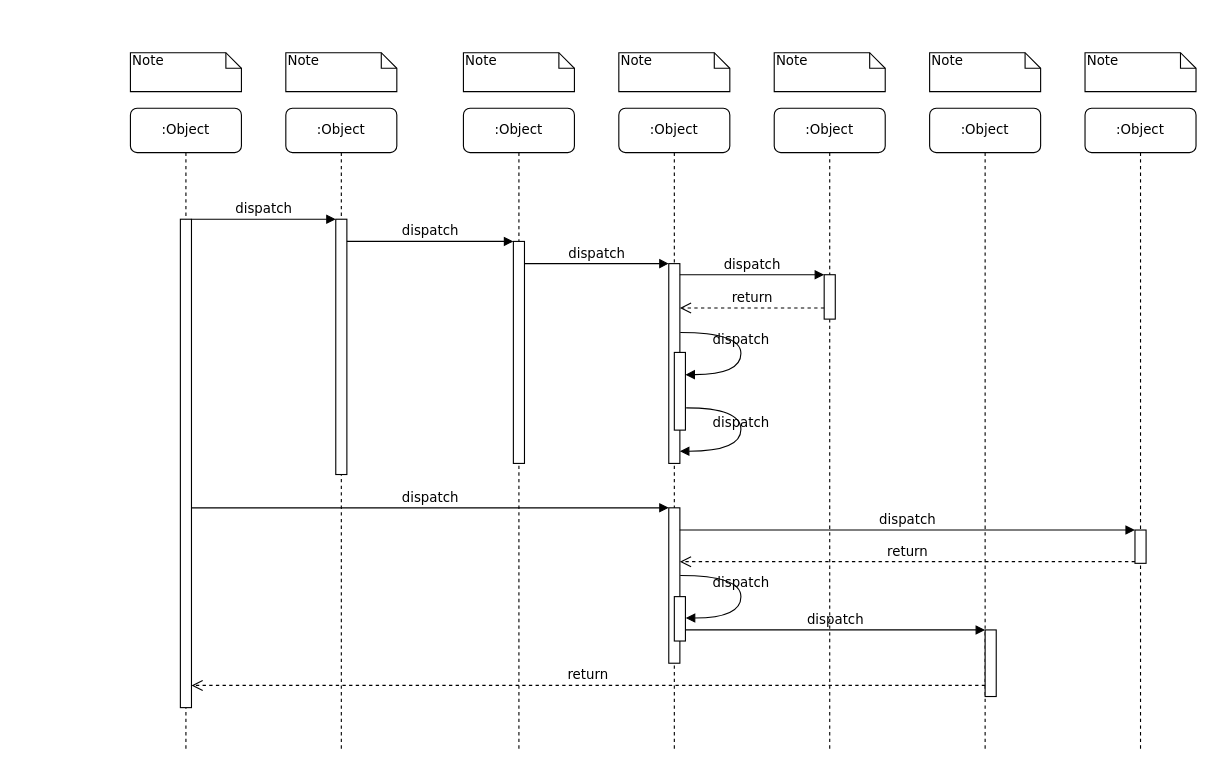
killermyth/Documents keeps this draw.io diagram as test.drawio. Above is the earlier version. Source tidied: cells renumbered, new cells numbered last; positions are measured from the earlier drawing's top-left corner, leaving out a move shared by most shapes. Both pictures are drawn from the tidied source at 111%, with x=0, y=0 at pixel (130, 52).
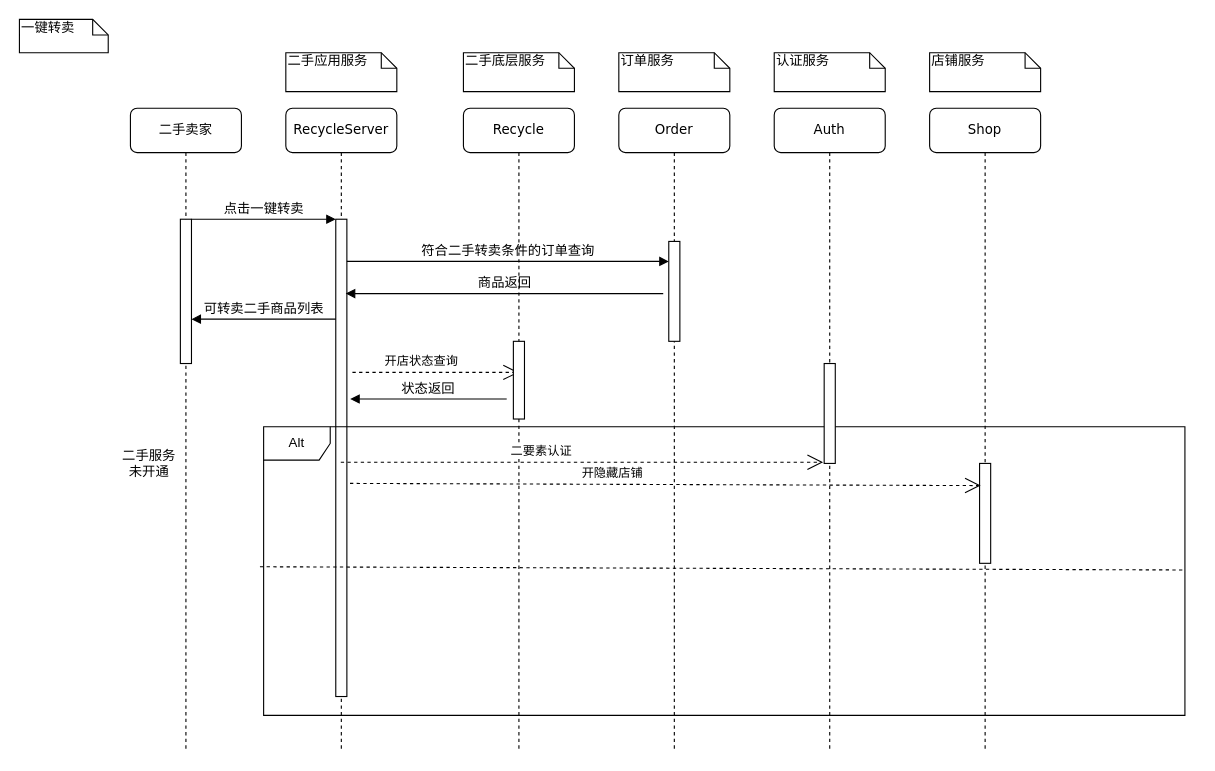
The same page after the edit.

The edit, as a diff of the source:
```diff
@@
-    <mxCell id="2" value=":Object" style="shape=umlLifeline;perimeter=lifelinePerimeter;whiteSpace=wrap;html=1;rounded=1;shadow=0;comic=0;labelBackgroundColor=none;strokeWidth=1;fontFamily=Verdana;fontSize=12;align=center;" parent="1" vertex="1">
+    <mxCell id="2" value="RecycleServer" style="shape=umlLifeline;perimeter=lifelinePerimeter;whiteSpace=wrap;html=1;rounded=1;shadow=0;comic=0;labelBackgroundColor=none;strokeWidth=1;fontFamily=Verdana;fontSize=12;align=center;" parent="1" vertex="1">
       <mxGeometry x="140" y="50" width="100" height="580" as="geometry" />
     </mxCell>
     <mxCell id="3" style="html=1;points=[];perimeter=orthogonalPerimeter;rounded=0;shadow=0;comic=0;labelBackgroundColor=none;strokeWidth=1;fontFamily=Verdana;fontSize=12;align=center;" parent="2" vertex="1">
-      <mxGeometry x="45" y="100" width="10" height="230" as="geometry" />
+      <mxGeometry x="45" y="100" width="10" height="430" as="geometry" />
     </mxCell>
-    <mxCell id="4" value=":Object" style="shape=umlLifeline;perimeter=lifelinePerimeter;whiteSpace=wrap;html=1;rounded=1;shadow=0;comic=0;labelBackgroundColor=none;strokeWidth=1;fontFamily=Verdana;fontSize=12;align=center;" parent="1" vertex="1">
+    <mxCell id="4" value="Recycle" style="shape=umlLifeline;perimeter=lifelinePerimeter;whiteSpace=wrap;html=1;rounded=1;shadow=0;comic=0;labelBackgroundColor=none;strokeWidth=1;fontFamily=Verdana;fontSize=12;align=center;" parent="1" vertex="1">
       <mxGeometry x="300" y="50" width="100" height="580" as="geometry" />
     </mxCell>
-    <mxCell id="5" style="html=1;points=[];perimeter=orthogonalPerimeter;rounded=0;shadow=0;comic=0;labelBackgroundColor=none;strokeWidth=1;fontFamily=Verdana;fontSize=12;align=center;" parent="4" vertex="1">
-      <mxGeometry x="45" y="120" width="10" height="200" as="geometry" />
-    </mxCell>
-    <mxCell id="6" value=":Object" style="shape=umlLifeline;perimeter=lifelinePerimeter;whiteSpace=wrap;html=1;rounded=1;shadow=0;comic=0;labelBackgroundColor=none;strokeWidth=1;fontFamily=Verdana;fontSize=12;align=center;" parent="1" vertex="1">
+    <mxCell id="6" value="Order" style="shape=umlLifeline;perimeter=lifelinePerimeter;whiteSpace=wrap;html=1;rounded=1;shadow=0;comic=0;labelBackgroundColor=none;strokeWidth=1;fontFamily=Verdana;fontSize=12;align=center;" parent="1" vertex="1">
       <mxGeometry x="440" y="50" width="100" height="580" as="geometry" />
     </mxCell>
-    <mxCell id="7" value=":Object" style="shape=umlLifeline;perimeter=lifelinePerimeter;whiteSpace=wrap;html=1;rounded=1;shadow=0;comic=0;labelBackgroundColor=none;strokeWidth=1;fontFamily=Verdana;fontSize=12;align=center;" parent="1" vertex="1">
+    <mxCell id="7" value="Auth" style="shape=umlLifeline;perimeter=lifelinePerimeter;whiteSpace=wrap;html=1;rounded=1;shadow=0;comic=0;labelBackgroundColor=none;strokeWidth=1;fontFamily=Verdana;fontSize=12;align=center;" parent="1" vertex="1">
       <mxGeometry x="580" y="50" width="100" height="580" as="geometry" />
     </mxCell>
-    <mxCell id="8" value=":Object" style="shape=umlLifeline;perimeter=lifelinePerimeter;whiteSpace=wrap;html=1;rounded=1;shadow=0;comic=0;labelBackgroundColor=none;strokeWidth=1;fontFamily=Verdana;fontSize=12;align=center;" parent="1" vertex="1">
+    <mxCell id="8" value="Shop" style="shape=umlLifeline;perimeter=lifelinePerimeter;whiteSpace=wrap;html=1;rounded=1;shadow=0;comic=0;labelBackgroundColor=none;strokeWidth=1;fontFamily=Verdana;fontSize=12;align=center;" parent="1" vertex="1">
       <mxGeometry x="720" y="50" width="100" height="580" as="geometry" />
     </mxCell>
-    <mxCell id="9" value=":Object" style="shape=umlLifeline;perimeter=lifelinePerimeter;whiteSpace=wrap;html=1;rounded=1;shadow=0;comic=0;labelBackgroundColor=none;strokeWidth=1;fontFamily=Verdana;fontSize=12;align=center;" parent="1" vertex="1">
-      <mxGeometry x="860" y="50" width="100" height="580" as="geometry" />
-    </mxCell>
-    <mxCell id="10" value=":Object" style="shape=umlLifeline;perimeter=lifelinePerimeter;whiteSpace=wrap;html=1;rounded=1;shadow=0;comic=0;labelBackgroundColor=none;strokeWidth=1;fontFamily=Verdana;fontSize=12;align=center;" parent="1" vertex="1">
+    <mxCell id="10" value="二手卖家" style="shape=umlLifeline;perimeter=lifelinePerimeter;whiteSpace=wrap;html=1;rounded=1;shadow=0;comic=0;labelBackgroundColor=none;strokeWidth=1;fontFamily=Verdana;fontSize=12;align=center;" parent="1" vertex="1">
       <mxGeometry y="50" width="100" height="580" as="geometry" />
     </mxCell>
-    <mxCell id="11" style="html=1;points=[];perimeter=orthogonalPerimeter;rounded=0;shadow=0;comic=0;labelBackgroundColor=none;strokeWidth=1;fontFamily=Verdana;fontSize=12;align=center;" parent="10" vertex="1">
-      <mxGeometry x="45" y="100" width="10" height="440" as="geometry" />
-    </mxCell>
-    <mxCell id="12" style="html=1;points=[];perimeter=orthogonalPerimeter;rounded=0;shadow=0;comic=0;labelBackgroundColor=none;strokeWidth=1;fontFamily=Verdana;fontSize=12;align=center;" parent="1" vertex="1">
-      <mxGeometry x="485" y="190" width="10" height="180" as="geometry" />
-    </mxCell>
-    <mxCell id="13" value="dispatch" style="html=1;verticalAlign=bottom;endArrow=block;labelBackgroundColor=none;fontFamily=Verdana;fontSize=12;edgeStyle=elbowEdgeStyle;elbow=vertical;" parent="1" edge="1" source="5" target="12">
-      <mxGeometry relative="1" as="geometry">
-        <Array as="points">
-          <mxPoint x="360" y="190" />
-        </Array>
-      </mxGeometry>
-    </mxCell>
-    <mxCell id="14" style="html=1;points=[];perimeter=orthogonalPerimeter;rounded=0;shadow=0;comic=0;labelBackgroundColor=none;strokeWidth=1;fontFamily=Verdana;fontSize=12;align=center;" parent="1" vertex="1">
-      <mxGeometry x="625" y="200" width="10" height="40" as="geometry" />
-    </mxCell>
-    <mxCell id="15" value="dispatch" style="html=1;verticalAlign=bottom;endArrow=block;entryX=0;entryY=0;labelBackgroundColor=none;fontFamily=Verdana;fontSize=12;edgeStyle=elbowEdgeStyle;elbow=vertical;" parent="1" edge="1" source="12" target="14">
-      <mxGeometry relative="1" as="geometry" />
-    </mxCell>
-    <mxCell id="16" value="return" style="html=1;verticalAlign=bottom;endArrow=open;dashed=1;endSize=8;labelBackgroundColor=none;fontFamily=Verdana;fontSize=12;edgeStyle=elbowEdgeStyle;elbow=vertical;" parent="1" edge="1" source="14" target="12">
-      <mxGeometry relative="1" as="geometry">
-        <Array as="points">
-          <mxPoint x="570" y="230" />
-          <mxPoint x="600" y="230" />
-        </Array>
-      </mxGeometry>
-    </mxCell>
-    <mxCell id="17" style="html=1;points=[];perimeter=orthogonalPerimeter;rounded=0;shadow=0;comic=0;labelBackgroundColor=none;strokeWidth=1;fontFamily=Verdana;fontSize=12;align=center;" parent="1" vertex="1">
-      <mxGeometry x="485" y="410" width="10" height="140" as="geometry" />
-    </mxCell>
-    <mxCell id="18" value="dispatch" style="html=1;verticalAlign=bottom;endArrow=block;entryX=0;entryY=0;labelBackgroundColor=none;fontFamily=Verdana;fontSize=12;" parent="1" edge="1" source="11" target="17">
-      <mxGeometry relative="1" as="geometry" />
-    </mxCell>
-    <mxCell id="19" style="html=1;points=[];perimeter=orthogonalPerimeter;rounded=0;shadow=0;comic=0;labelBackgroundColor=none;strokeColor=#000000;strokeWidth=1;fillColor=#FFFFFF;fontFamily=Verdana;fontSize=12;fontColor=#000000;align=center;" parent="1" vertex="1">
-      <mxGeometry x="905" y="430" width="10" height="30" as="geometry" />
-    </mxCell>
-    <mxCell id="20" value="dispatch" style="html=1;verticalAlign=bottom;endArrow=block;entryX=0;entryY=0;labelBackgroundColor=none;fontFamily=Verdana;fontSize=12;" parent="1" edge="1" source="17" target="19">
-      <mxGeometry relative="1" as="geometry" />
-    </mxCell>
-    <mxCell id="21" value="return" style="html=1;verticalAlign=bottom;endArrow=open;dashed=1;endSize=8;exitX=0;exitY=0.95;labelBackgroundColor=none;fontFamily=Verdana;fontSize=12;" parent="1" edge="1" source="19" target="17">
-      <mxGeometry relative="1" as="geometry" />
-    </mxCell>
-    <mxCell id="22" style="html=1;points=[];perimeter=orthogonalPerimeter;rounded=0;shadow=0;comic=0;labelBackgroundColor=none;strokeWidth=1;fontFamily=Verdana;fontSize=12;align=center;" parent="1" vertex="1">
-      <mxGeometry x="770" y="520" width="10" height="60" as="geometry" />
-    </mxCell>
-    <mxCell id="23" value="dispatch" style="html=1;verticalAlign=bottom;endArrow=block;entryX=0;entryY=0;labelBackgroundColor=none;fontFamily=Verdana;fontSize=12;edgeStyle=elbowEdgeStyle;elbow=vertical;" parent="1" edge="1" source="30" target="22">
-      <mxGeometry relative="1" as="geometry" />
-    </mxCell>
-    <mxCell id="24" value="return" style="html=1;verticalAlign=bottom;endArrow=open;dashed=1;endSize=8;labelBackgroundColor=none;fontFamily=Verdana;fontSize=12;edgeStyle=elbowEdgeStyle;elbow=vertical;" parent="1" edge="1" source="22" target="11">
-      <mxGeometry relative="1" as="geometry">
-        <Array as="points">
-          <mxPoint x="470" y="570" />
-        </Array>
-      </mxGeometry>
-    </mxCell>
-    <mxCell id="25" value="dispatch" style="html=1;verticalAlign=bottom;endArrow=block;entryX=0;entryY=0;labelBackgroundColor=none;fontFamily=Verdana;fontSize=12;edgeStyle=elbowEdgeStyle;elbow=vertical;" parent="1" edge="1" source="11" target="3">
+    <mxCell id="25" value="点击一键转卖" style="html=1;verticalAlign=bottom;endArrow=block;entryX=0;entryY=0;labelBackgroundColor=none;fontFamily=Verdana;fontSize=12;edgeStyle=elbowEdgeStyle;elbow=vertical;" parent="1" edge="1" source="11" target="3">
       <mxGeometry relative="1" as="geometry" />
     </mxCell>
-    <mxCell id="26" value="dispatch" style="html=1;verticalAlign=bottom;endArrow=block;entryX=0;entryY=0;labelBackgroundColor=none;fontFamily=Verdana;fontSize=12;edgeStyle=elbowEdgeStyle;elbow=vertical;" parent="1" edge="1" source="3" target="5">
-      <mxGeometry relative="1" as="geometry" />
+    <mxCell id="26" value="符合二手转卖条件的订单查询" style="html=1;verticalAlign=bottom;endArrow=block;labelBackgroundColor=none;fontFamily=Verdana;fontSize=12;edgeStyle=elbowEdgeStyle;elbow=vertical;entryX=0;entryY=0.2;entryDx=0;entryDy=0;entryPerimeter=0;" parent="1" edge="1" target="41">
+      <mxGeometry relative="1" as="geometry">
+        <mxPoint x="195" y="188" as="sourcePoint" />
+      </mxGeometry>
     </mxCell>
-    <mxCell id="27" style="html=1;points=[];perimeter=orthogonalPerimeter;rounded=0;shadow=0;comic=0;labelBackgroundColor=none;strokeWidth=1;fontFamily=Verdana;fontSize=12;align=center;" parent="1" vertex="1">
-      <mxGeometry x="490" y="270" width="10" height="70" as="geometry" />
-    </mxCell>
-    <mxCell id="28" value="dispatch" style="html=1;verticalAlign=bottom;endArrow=block;labelBackgroundColor=none;fontFamily=Verdana;fontSize=12;elbow=vertical;edgeStyle=orthogonalEdgeStyle;curved=1;entryX=1;entryY=0.286;entryPerimeter=0;exitX=1.038;exitY=0.345;exitPerimeter=0;" parent="1" edge="1" source="12" target="27">
-      <mxGeometry relative="1" as="geometry">
-        <Array as="points">
-          <mxPoint x="550" y="252" />
-          <mxPoint x="550" y="290" />
-        </Array>
-      </mxGeometry>
-    </mxCell>
-    <mxCell id="29" value="dispatch" style="html=1;verticalAlign=bottom;endArrow=block;labelBackgroundColor=none;fontFamily=Verdana;fontSize=12;elbow=vertical;edgeStyle=orthogonalEdgeStyle;curved=1;exitX=1.066;exitY=0.713;exitPerimeter=0;" parent="1" edge="1" source="27">
-      <mxGeometry relative="1" as="geometry">
-        <mxPoint x="495" y="359" as="targetPoint" />
-        <Array as="points">
-          <mxPoint x="550" y="320" />
-          <mxPoint x="550" y="359" />
-        </Array>
-      </mxGeometry>
-    </mxCell>
-    <mxCell id="30" style="html=1;points=[];perimeter=orthogonalPerimeter;rounded=0;shadow=0;comic=0;labelBackgroundColor=none;strokeWidth=1;fontFamily=Verdana;fontSize=12;align=center;" parent="1" vertex="1">
-      <mxGeometry x="490" y="490" width="10" height="40" as="geometry" />
-    </mxCell>
-    <mxCell id="31" value="dispatch" style="html=1;verticalAlign=bottom;endArrow=block;labelBackgroundColor=none;fontFamily=Verdana;fontSize=12;elbow=vertical;edgeStyle=orthogonalEdgeStyle;curved=1;entryX=1;entryY=0.286;entryPerimeter=0;exitX=1.038;exitY=0.345;exitPerimeter=0;" parent="1" edge="1">
-      <mxGeometry relative="1" as="geometry">
-        <mxPoint x="495.3" y="471" as="sourcePoint" />
-        <mxPoint x="500.3" y="509.3" as="targetPoint" />
-        <Array as="points">
-          <mxPoint x="550" y="471" />
-          <mxPoint x="550" y="509" />
-        </Array>
-      </mxGeometry>
-    </mxCell>
-    <mxCell id="32" value="Note" style="shape=note;whiteSpace=wrap;html=1;size=14;verticalAlign=top;align=left;spacingTop=-6;rounded=0;shadow=0;comic=0;labelBackgroundColor=none;strokeWidth=1;fontFamily=Verdana;fontSize=12;" parent="1" vertex="1">
-      <mxGeometry width="100" height="35" as="geometry" />
+    <mxCell id="32" value="一键转卖" style="shape=note;whiteSpace=wrap;html=1;size=14;verticalAlign=top;align=left;spacingTop=-6;rounded=0;shadow=0;comic=0;labelBackgroundColor=none;strokeWidth=1;fontFamily=Verdana;fontSize=12;" parent="1" vertex="1">
+      <mxGeometry x="-100" y="-30" width="80" height="30" as="geometry" />
     </mxCell>
-    <mxCell id="33" value="Note" style="shape=note;whiteSpace=wrap;html=1;size=14;verticalAlign=top;align=left;spacingTop=-6;rounded=0;shadow=0;comic=0;labelBackgroundColor=none;strokeWidth=1;fontFamily=Verdana;fontSize=12;" parent="1" vertex="1">
+    <mxCell id="33" value="二手应用服务" style="shape=note;whiteSpace=wrap;html=1;size=14;verticalAlign=top;align=left;spacingTop=-6;rounded=0;shadow=0;comic=0;labelBackgroundColor=none;strokeWidth=1;fontFamily=Verdana;fontSize=12;" parent="1" vertex="1">
       <mxGeometry x="140" width="100" height="35" as="geometry" />
     </mxCell>
-    <mxCell id="34" value="Note" style="shape=note;whiteSpace=wrap;html=1;size=14;verticalAlign=top;align=left;spacingTop=-6;rounded=0;shadow=0;comic=0;labelBackgroundColor=none;strokeWidth=1;fontFamily=Verdana;fontSize=12;" parent="1" vertex="1">
+    <mxCell id="34" value="二手底层服务" style="shape=note;whiteSpace=wrap;html=1;size=14;verticalAlign=top;align=left;spacingTop=-6;rounded=0;shadow=0;comic=0;labelBackgroundColor=none;strokeWidth=1;fontFamily=Verdana;fontSize=12;" parent="1" vertex="1">
       <mxGeometry x="300" width="100" height="35" as="geometry" />
     </mxCell>
-    <mxCell id="35" value="Note" style="shape=note;whiteSpace=wrap;html=1;size=14;verticalAlign=top;align=left;spacingTop=-6;rounded=0;shadow=0;comic=0;labelBackgroundColor=none;strokeWidth=1;fontFamily=Verdana;fontSize=12;" parent="1" vertex="1">
+    <mxCell id="35" value="订单服务" style="shape=note;whiteSpace=wrap;html=1;size=14;verticalAlign=top;align=left;spacingTop=-6;rounded=0;shadow=0;comic=0;labelBackgroundColor=none;strokeWidth=1;fontFamily=Verdana;fontSize=12;" parent="1" vertex="1">
       <mxGeometry x="440" width="100" height="35" as="geometry" />
     </mxCell>
-    <mxCell id="36" value="Note" style="shape=note;whiteSpace=wrap;html=1;size=14;verticalAlign=top;align=left;spacingTop=-6;rounded=0;shadow=0;comic=0;labelBackgroundColor=none;strokeWidth=1;fontFamily=Verdana;fontSize=12;" parent="1" vertex="1">
+    <mxCell id="36" value="认证服务" style="shape=note;whiteSpace=wrap;html=1;size=14;verticalAlign=top;align=left;spacingTop=-6;rounded=0;shadow=0;comic=0;labelBackgroundColor=none;strokeWidth=1;fontFamily=Verdana;fontSize=12;" parent="1" vertex="1">
       <mxGeometry x="580" width="100" height="35" as="geometry" />
     </mxCell>
-    <mxCell id="37" value="Note" style="shape=note;whiteSpace=wrap;html=1;size=14;verticalAlign=top;align=left;spacingTop=-6;rounded=0;shadow=0;comic=0;labelBackgroundColor=none;strokeWidth=1;fontFamily=Verdana;fontSize=12;" parent="1" vertex="1">
+    <mxCell id="37" value="店铺服务" style="shape=note;whiteSpace=wrap;html=1;size=14;verticalAlign=top;align=left;spacingTop=-6;rounded=0;shadow=0;comic=0;labelBackgroundColor=none;strokeWidth=1;fontFamily=Verdana;fontSize=12;" parent="1" vertex="1">
       <mxGeometry x="720" width="100" height="35" as="geometry" />
     </mxCell>
-    <mxCell id="38" value="Note" style="shape=note;whiteSpace=wrap;html=1;size=14;verticalAlign=top;align=left;spacingTop=-6;rounded=0;shadow=0;comic=0;labelBackgroundColor=none;strokeWidth=1;fontFamily=Verdana;fontSize=12;" parent="1" vertex="1">
-      <mxGeometry x="860" width="100" height="35" as="geometry" />
-    </mxCell>
+    <mxCell id="11" style="html=1;points=[];perimeter=orthogonalPerimeter;rounded=0;shadow=0;comic=0;labelBackgroundColor=none;strokeWidth=1;fontFamily=Verdana;fontSize=12;align=center;" parent="1" vertex="1">
+      <mxGeometry x="45" y="150" width="10" height="130" as="geometry" />
+    </mxCell>
+    <mxCell id="39" value="二手服务未开通" style="text;html=1;strokeColor=none;fillColor=none;align=center;verticalAlign=middle;whiteSpace=wrap;rounded=0;" parent="1" vertex="1">
+      <mxGeometry x="-10" y="360" width="54" height="20" as="geometry" />
+    </mxCell>
+    <mxCell id="40" value="Alt" style="shape=umlFrame;whiteSpace=wrap;html=1;" parent="1" vertex="1">
+      <mxGeometry x="120" y="337" width="830" height="260" as="geometry" />
+    </mxCell>
+    <mxCell id="41" style="html=1;points=[];perimeter=orthogonalPerimeter;rounded=0;shadow=0;comic=0;labelBackgroundColor=none;strokeWidth=1;fontFamily=Verdana;fontSize=12;align=center;" parent="1" vertex="1">
+      <mxGeometry x="485" y="170" width="10" height="90" as="geometry" />
+    </mxCell>
+    <mxCell id="42" value="商品返回" style="html=1;verticalAlign=bottom;endArrow=block;labelBackgroundColor=none;fontFamily=Verdana;fontSize=12;edgeStyle=elbowEdgeStyle;elbow=vertical;entryX=0.9;entryY=0.156;entryDx=0;entryDy=0;entryPerimeter=0;" parent="1" edge="1" target="3">
+      <mxGeometry relative="1" as="geometry">
+        <mxPoint x="480" y="217" as="sourcePoint" />
+      </mxGeometry>
+    </mxCell>
+    <mxCell id="43" value="可转卖二手商品列表" style="html=1;verticalAlign=bottom;endArrow=block;entryX=0;entryY=0;labelBackgroundColor=none;fontFamily=Verdana;fontSize=12;edgeStyle=elbowEdgeStyle;elbow=vertical;" parent="1" edge="1">
+      <mxGeometry relative="1" as="geometry">
+        <mxPoint x="185" y="240" as="sourcePoint" />
+        <mxPoint x="55" y="240" as="targetPoint" />
+      </mxGeometry>
+    </mxCell>
+    <mxCell id="44" value="开店状态查询" style="endArrow=open;endSize=12;dashed=1;html=1;" parent="1" edge="1">
+      <mxGeometry x="-0.17" y="10" relative="1" as="geometry">
+        <mxPoint x="200" y="288" as="sourcePoint" />
+        <mxPoint x="350" y="288" as="targetPoint" />
+      </mxGeometry>
+    </mxCell>
+    <mxCell id="5" style="html=1;points=[];perimeter=orthogonalPerimeter;rounded=0;shadow=0;comic=0;labelBackgroundColor=none;strokeWidth=1;fontFamily=Verdana;fontSize=12;align=center;" parent="1" vertex="1">
+      <mxGeometry x="625" y="280" width="10" height="90" as="geometry" />
+    </mxCell>
+    <mxCell id="45" style="html=1;points=[];perimeter=orthogonalPerimeter;rounded=0;shadow=0;comic=0;labelBackgroundColor=none;strokeWidth=1;fontFamily=Verdana;fontSize=12;align=center;" parent="1" vertex="1">
+      <mxGeometry x="765" y="370" width="10" height="90" as="geometry" />
+    </mxCell>
+    <mxCell id="46" value="二要素认证" style="endArrow=open;endSize=12;dashed=1;html=1;entryX=-0.1;entryY=0.656;entryDx=0;entryDy=0;entryPerimeter=0;" parent="1" edge="1">
+      <mxGeometry x="-0.17" y="10" relative="1" as="geometry">
+        <mxPoint x="189.5" y="369" as="sourcePoint" />
+        <mxPoint x="624" y="369" as="targetPoint" />
+      </mxGeometry>
+    </mxCell>
+    <mxCell id="47" value="开隐藏店铺" style="endArrow=open;endSize=12;dashed=1;html=1;entryX=0.1;entryY=0.222;entryDx=0;entryDy=0;entryPerimeter=0;" parent="1" edge="1" target="45">
+      <mxGeometry x="-0.17" y="10" relative="1" as="geometry">
+        <mxPoint x="197.8" y="388" as="sourcePoint" />
+      </mxGeometry>
+    </mxCell>
+    <mxCell id="48" value="状态返回" style="html=1;verticalAlign=bottom;endArrow=block;labelBackgroundColor=none;fontFamily=Verdana;fontSize=12;edgeStyle=elbowEdgeStyle;elbow=vertical;entryX=0.9;entryY=0.156;entryDx=0;entryDy=0;entryPerimeter=0;" parent="1" edge="1">
+      <mxGeometry relative="1" as="geometry">
+        <mxPoint x="339" y="312" as="sourcePoint" />
+        <mxPoint x="198" y="311.6" as="targetPoint" />
+      </mxGeometry>
+    </mxCell>
+    <mxCell id="49" style="html=1;perimeter=orthogonalPerimeter;rounded=0;shadow=0;comic=0;labelBackgroundColor=none;strokeWidth=1;fontFamily=Verdana;fontSize=12;align=center;" parent="1" vertex="1">
+      <mxGeometry x="345" y="260" width="10" height="70" as="geometry" />
+    </mxCell>
+    <mxCell id="50" style="endArrow=none;dashed=1;html=1;exitX=-0.004;exitY=0.485;exitDx=0;exitDy=0;exitPerimeter=0;" parent="1" edge="1" source="40">
+      <mxGeometry relative="1" as="geometry">
+        <mxPoint x="950" y="466" as="targetPoint" />
+      </mxGeometry>
+    </mxCell>
```
